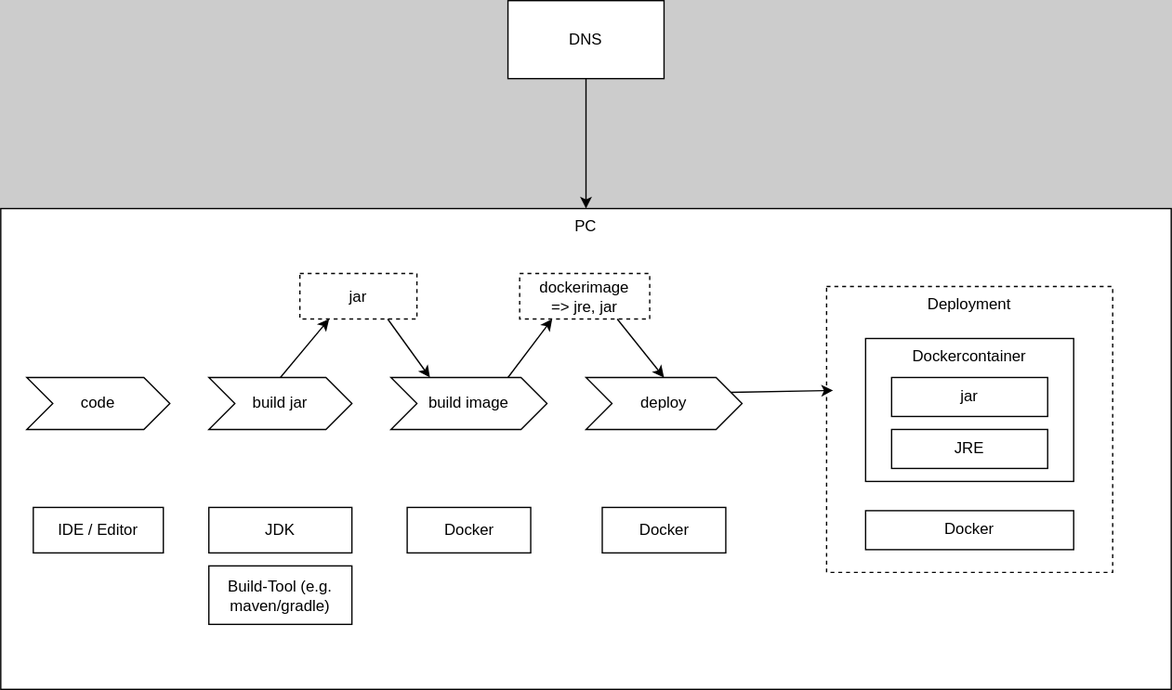
The draw.io diagram documentation/local-docker.drawio.svg in procceed-it/road-to-cloud-native, before a commit. Source tidied: cells renumbered, new cells last; positions are measured from the earlier drawing's top-left corner, leaving out a move shared by most shapes.
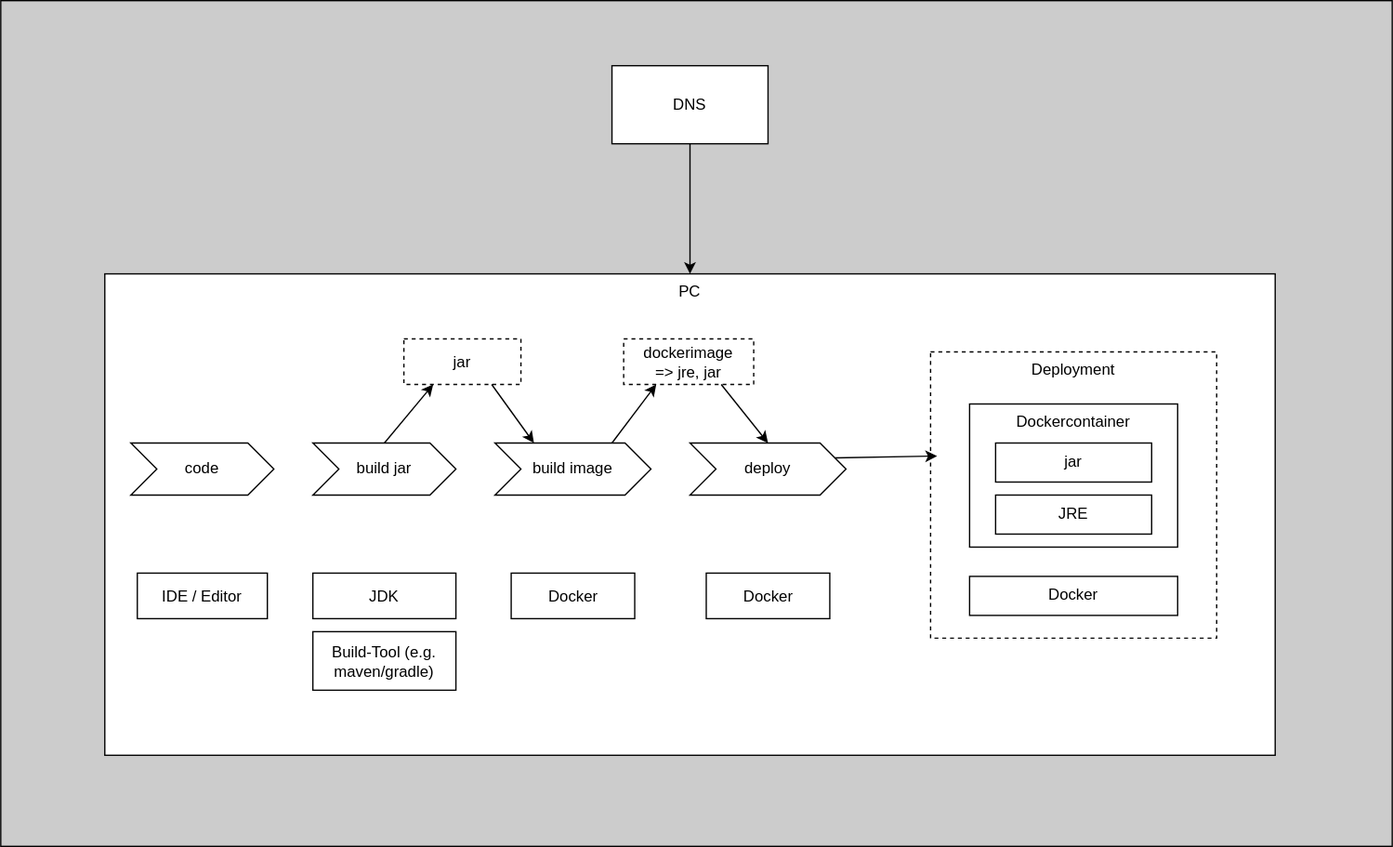
After the change.

Commit message:
test diagramm hintergrund

What changed in the source:
```diff
@@ -1,7 +1,10 @@
-<mxGraphModel background="#CCCCCC">
+<mxGraphModel>
   <root>
     <mxCell id="0" />
     <mxCell id="1" parent="0" />
+    <mxCell id="26" style="rounded=0;whiteSpace=wrap;html=1;fillColor=#CCCCCC;" parent="1" vertex="1">
+      <mxGeometry x="-80" y="-50" width="1070" height="650" as="geometry" />
+    </mxCell>
     <mxCell id="2" value="PC" style="rounded=0;whiteSpace=wrap;html=1;verticalAlign=top;" parent="1" vertex="1">
       <mxGeometry y="160" width="900" height="370" as="geometry" />
     </mxCell>
```
